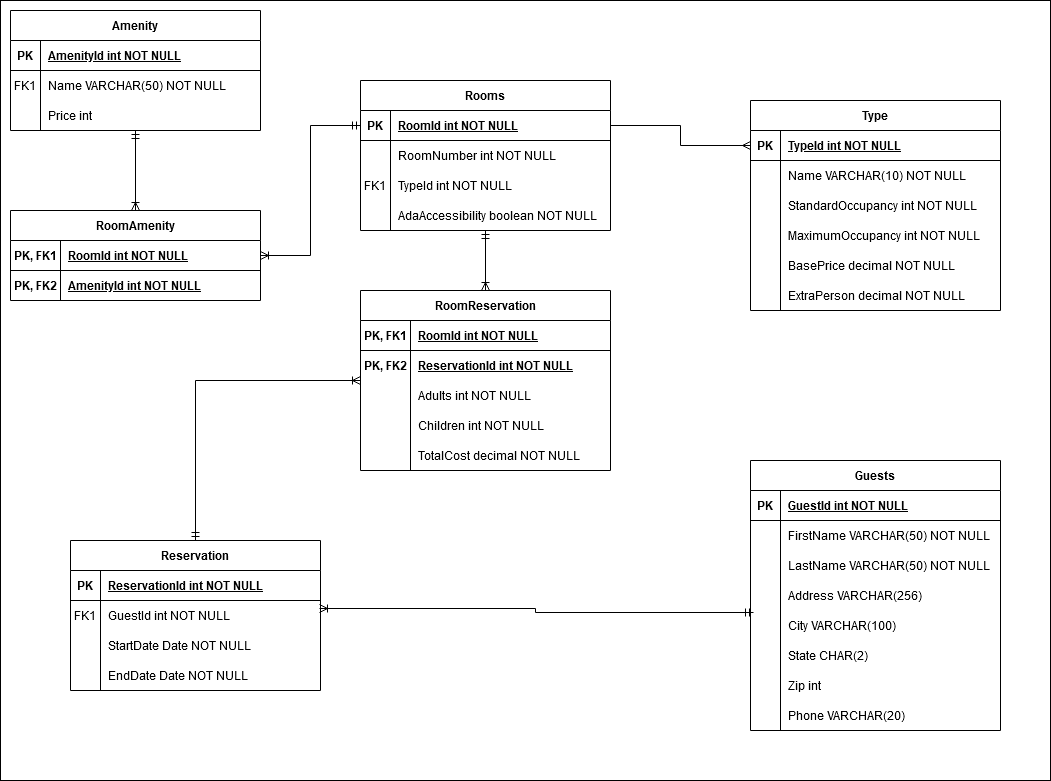
Before: HotelReservation/NacerSebti-HotelERD.png, a diagram exported from draw.io (NacerSebtiMS/Hotel-Reservation). Source tidied: cells renumbered, new cells last; positions are measured from the earlier drawing's top-left corner, leaving out a move shared by most shapes.
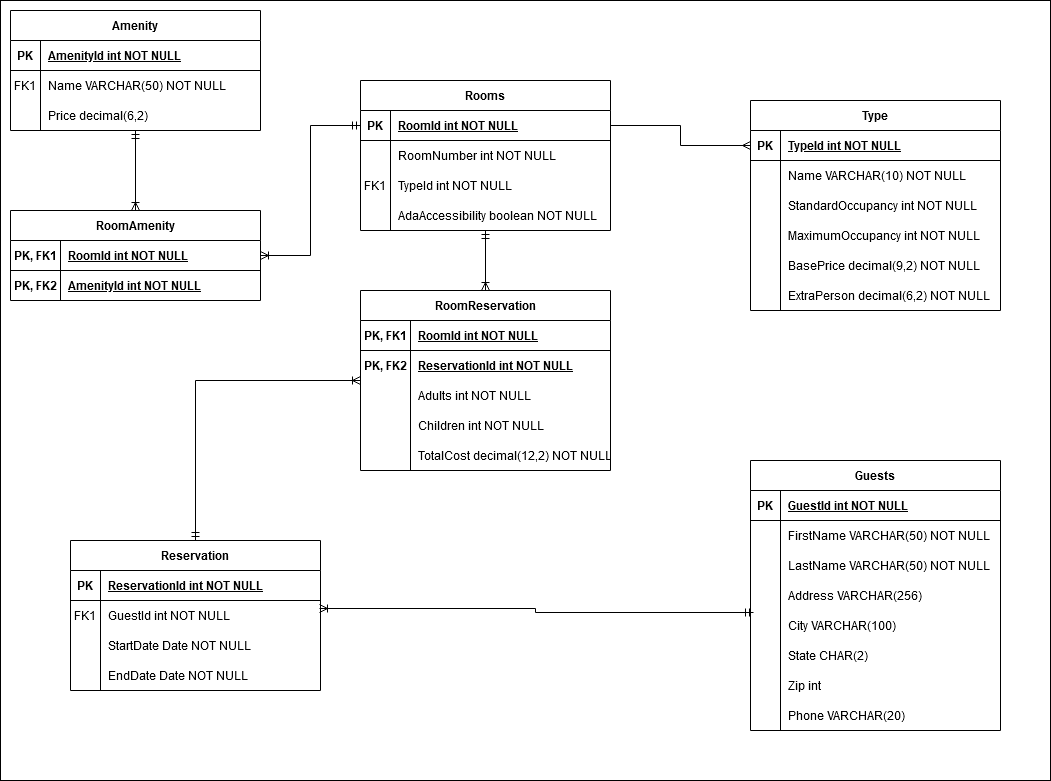
The same file after the commit.

Commit message:
ERD modification

Change to the diagram source:
```diff
@@ -50,7 +50,7 @@
     <mxCell id="17" style="shape=partialRectangle;overflow=hidden;fillColor=none;top=0;left=0;bottom=0;right=0;" parent="16" vertex="1">
       <mxGeometry width="30" height="30" as="geometry" />
     </mxCell>
-    <mxCell id="18" value="BasePrice decimal NOT NULL" style="shape=partialRectangle;overflow=hidden;fillColor=none;top=0;left=0;bottom=0;right=0;align=left;spacingLeft=6;" parent="16" vertex="1">
+    <mxCell id="18" value="BasePrice decimal(9,2) NOT NULL" style="shape=partialRectangle;overflow=hidden;fillColor=none;top=0;left=0;bottom=0;right=0;align=left;spacingLeft=6;" parent="16" vertex="1">
       <mxGeometry x="30" width="220" height="30" as="geometry" />
     </mxCell>
     <mxCell id="19" style="shape=partialRectangle;fillColor=none;top=0;left=0;right=0;bottom=0;" parent="3" vertex="1">
@@ -59,7 +59,7 @@
     <mxCell id="20" style="shape=partialRectangle;overflow=hidden;fillColor=none;top=0;left=0;bottom=0;right=0;" parent="19" vertex="1">
       <mxGeometry width="30" height="30" as="geometry" />
     </mxCell>
-    <mxCell id="21" value="ExtraPerson decimal NOT NULL" style="shape=partialRectangle;overflow=hidden;fillColor=none;top=0;left=0;bottom=0;right=0;align=left;spacingLeft=6;" parent="19" vertex="1">
+    <mxCell id="21" value="ExtraPerson decimal(6,2) NOT NULL" style="shape=partialRectangle;overflow=hidden;fillColor=none;top=0;left=0;bottom=0;right=0;align=left;spacingLeft=6;" parent="19" vertex="1">
       <mxGeometry x="30" width="220" height="30" as="geometry" />
     </mxCell>
     <mxCell id="22" style="edgeStyle=orthogonalEdgeStyle;rounded=0;jettySize=auto;html=1;entryX=0.5;entryY=1;entryDx=0;entryDy=0;startArrow=ERoneToMany;startFill=0;endArrow=ERmandOne;endFill=0;" parent="1" edge="1" source="23" target="30">
@@ -113,7 +113,7 @@
     <mxCell id="38" style="shape=partialRectangle;overflow=hidden;fillColor=none;top=0;left=0;bottom=0;right=0;" parent="37" vertex="1">
       <mxGeometry width="30" height="30" as="geometry" />
     </mxCell>
-    <mxCell id="39" value="Price int" style="shape=partialRectangle;overflow=hidden;fillColor=none;top=0;left=0;bottom=0;right=0;align=left;spacingLeft=6;" parent="37" vertex="1">
+    <mxCell id="39" value="Price decimal(6,2)" style="shape=partialRectangle;overflow=hidden;fillColor=none;top=0;left=0;bottom=0;right=0;align=left;spacingLeft=6;" parent="37" vertex="1">
       <mxGeometry x="30" width="220" height="30" as="geometry" />
     </mxCell>
     <mxCell id="40" style="edgeStyle=orthogonalEdgeStyle;rounded=0;jettySize=auto;html=1;exitX=1;exitY=0.5;exitDx=0;exitDy=0;endArrow=ERmany;endFill=0;" parent="1" edge="1" source="44" target="4">
@@ -329,7 +329,7 @@
     <mxCell id="110" style="shape=partialRectangle;overflow=hidden;fillColor=none;top=0;left=0;bottom=0;right=0;fontStyle=0;" parent="109" vertex="1">
       <mxGeometry width="50" height="30" as="geometry" />
     </mxCell>
-    <mxCell id="111" value="TotalCost decimal NOT NULL" style="shape=partialRectangle;overflow=hidden;fillColor=none;top=0;left=0;bottom=0;right=0;align=left;spacingLeft=6;fontStyle=0;" parent="109" vertex="1">
+    <mxCell id="111" value="TotalCost decimal(12,2) NOT NULL" style="shape=partialRectangle;overflow=hidden;fillColor=none;top=0;left=0;bottom=0;right=0;align=left;spacingLeft=6;fontStyle=0;" parent="109" vertex="1">
       <mxGeometry x="50" width="200" height="30" as="geometry" />
     </mxCell>
   </root>
```
